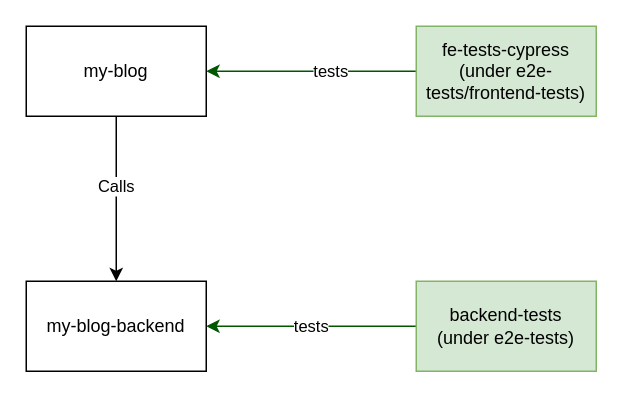
adobe/test-as-a-product-demo keeps this draw.io diagram as page "System" (1 of 4) of diagrams/system.drawio. Above is the earlier version. Source tidied: cells renumbered, new cells numbered last; positions are measured from the earlier drawing's top-left corner, leaving out a move shared by most shapes. Both pictures are drawn from the tidied source at 150%, with x=0, y=0 at pixel (26, 26).
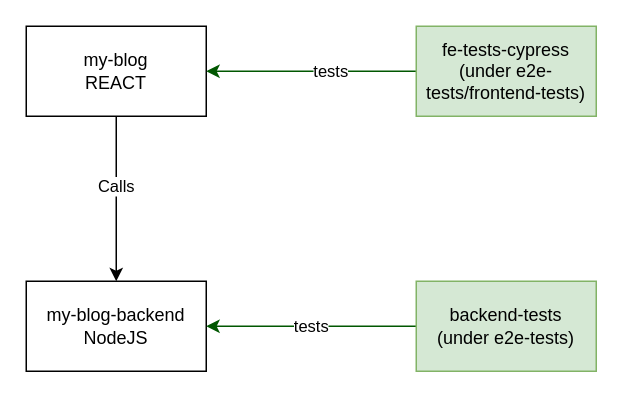
After the change.

Change to the diagram source:
```diff
@@
 <mxGraphModel>
   <root>
     <mxCell id="0" />
     <mxCell id="1" parent="0" />
     <mxCell id="2" style="edgeStyle=orthogonalEdgeStyle;rounded=0;jettySize=auto;html=1;" parent="1" edge="1" source="4" target="5">
       <mxGeometry relative="1" as="geometry" />
     </mxCell>
     <mxCell id="3" value="Calls" style="edgeLabel;html=1;align=center;verticalAlign=middle;" parent="2" vertex="1">
       <mxGeometry x="-0.16" y="-1" relative="1" as="geometry" />
     </mxCell>
-    <mxCell id="4" value="my-blog" style="rounded=0;whiteSpace=wrap;html=1;" parent="1" vertex="1">
+    <mxCell id="4" value="my-blog&lt;br&gt;REACT" style="rounded=0;whiteSpace=wrap;html=1;" parent="1" vertex="1">
       <mxGeometry width="120" height="60" as="geometry" />
     </mxCell>
-    <mxCell id="5" value="my-blog-backend" style="rounded=0;whiteSpace=wrap;html=1;" parent="1" vertex="1">
+    <mxCell id="5" value="my-blog-backend&lt;br&gt;NodeJS" style="rounded=0;whiteSpace=wrap;html=1;" parent="1" vertex="1">
       <mxGeometry y="170" width="120" height="60" as="geometry" />
     </mxCell>
     <mxCell id="6" style="edgeStyle=orthogonalEdgeStyle;rounded=0;jettySize=auto;html=1;exitX=0;exitY=0.5;exitDx=0;exitDy=0;entryX=1;entryY=0.5;entryDx=0;entryDy=0;fillColor=#008a00;strokeColor=#005700;" parent="1" edge="1" source="8" target="4">
       <mxGeometry relative="1" as="geometry" />
     </mxCell>
     <mxCell id="7" value="tests" style="edgeLabel;html=1;align=center;verticalAlign=middle;" parent="6" vertex="1">
       <mxGeometry x="-0.17" y="-1" relative="1" as="geometry" />
     </mxCell>
     <mxCell id="8" value="fe-tests-cypress&lt;br&gt;(under e2e-tests/frontend-tests)" style="rounded=0;whiteSpace=wrap;html=1;fillColor=#d5e8d4;strokeColor=#82b366;" parent="1" vertex="1">
       <mxGeometry x="260" width="120" height="60" as="geometry" />
     </mxCell>
     <mxCell id="9" value="tests" style="edgeStyle=orthogonalEdgeStyle;rounded=0;jettySize=auto;html=1;exitX=0;exitY=0.5;exitDx=0;exitDy=0;entryX=1;entryY=0.5;entryDx=0;entryDy=0;fillColor=#008a00;strokeColor=#005700;" parent="1" edge="1" source="10" target="5">
       <mxGeometry relative="1" as="geometry" />
     </mxCell>
     <mxCell id="10" value="backend-tests&lt;br&gt;(under e2e-tests)" style="rounded=0;whiteSpace=wrap;html=1;fillColor=#d5e8d4;strokeColor=#82b366;" parent="1" vertex="1">
       <mxGeometry x="260" y="170" width="120" height="60" as="geometry" />
     </mxCell>
   </root>
 </mxGraphModel>
```
